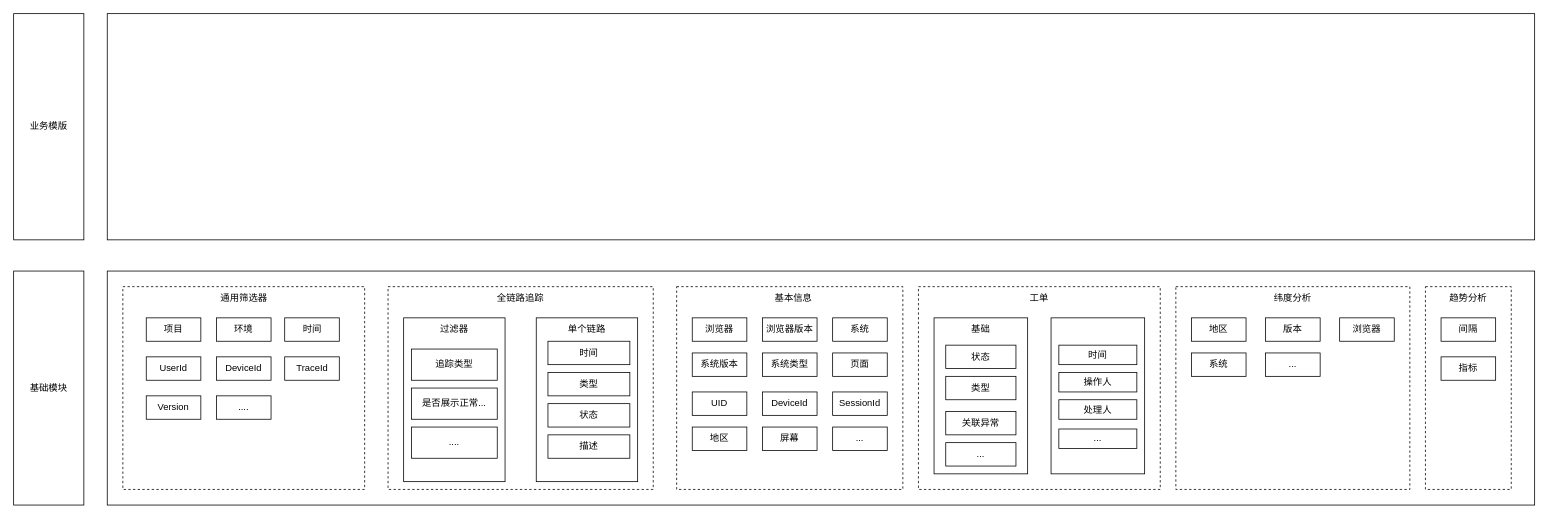
This is worker/大盘可视化.drawio from TNT-Likely/diagrams, a draw.io file, before an edit. Source tidied: cells renumbered, new cells numbered last; positions are measured from the earlier drawing's top-left corner, leaving out a move shared by most shapes. Both pictures are drawn from the tidied source at 78%, with x=0, y=0 at pixel (13, 13).
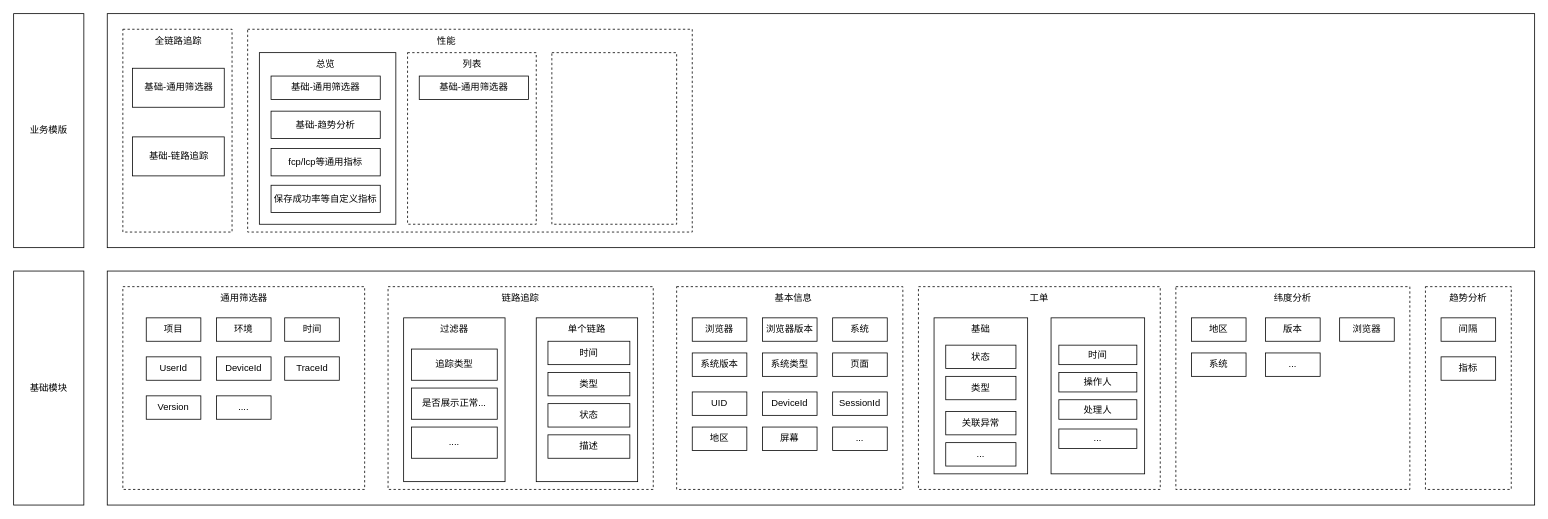
The same page after the edit.

Commit message:
更新大盘可视化.drawio

Change to the diagram source:
```diff
@@
-    <mxCell id="15" value="全链路追踪" style="text;html=1;strokeColor=none;fillColor=none;align=center;verticalAlign=middle;whiteSpace=wrap;rounded=0;" parent="1" vertex="1">
+    <mxCell id="15" value="链路追踪" style="text;html=1;strokeColor=none;fillColor=none;align=center;verticalAlign=middle;whiteSpace=wrap;rounded=0;" parent="1" vertex="1">
       <mxGeometry x="615" y="350" width="70" height="30" as="geometry" />
     </mxCell>
@@
     <mxCell id="67" value="业务模版" style="rounded=0;whiteSpace=wrap;html=1;" parent="1" vertex="1">
-      <mxGeometry width="90" height="290" as="geometry" />
+      <mxGeometry width="90" height="300" as="geometry" />
     </mxCell>
     <mxCell id="68" style="rounded=0;whiteSpace=wrap;html=1;" parent="1" vertex="1">
-      <mxGeometry x="120" width="1830" height="290" as="geometry" />
+      <mxGeometry x="120" width="1830" height="300" as="geometry" />
     </mxCell>
+    <mxCell id="69" style="rounded=0;whiteSpace=wrap;html=1;dashed=1;" parent="1" vertex="1">
+      <mxGeometry x="140" y="20" width="140" height="260" as="geometry" />
+    </mxCell>
+    <mxCell id="70" value="全链路追踪" style="text;html=1;strokeColor=none;fillColor=none;align=center;verticalAlign=middle;whiteSpace=wrap;rounded=0;" parent="1" vertex="1">
+      <mxGeometry x="178.8" y="20" width="65" height="30" as="geometry" />
+    </mxCell>
+    <mxCell id="71" value="基础-通用筛选器" style="rounded=0;whiteSpace=wrap;html=1;" parent="1" vertex="1">
+      <mxGeometry x="152.5" y="70" width="117.5" height="50" as="geometry" />
+    </mxCell>
+    <mxCell id="72" value="基础-链路追踪" style="rounded=0;whiteSpace=wrap;html=1;" parent="1" vertex="1">
+      <mxGeometry x="152.5" y="158" width="117.5" height="50" as="geometry" />
+    </mxCell>
+    <mxCell id="73" style="group;dashed=1;" parent="1" vertex="1">
+      <mxGeometry x="300" y="20" width="570" height="260" as="geometry" />
+    </mxCell>
+    <mxCell id="74" style="rounded=0;whiteSpace=wrap;html=1;dashed=1;" parent="73" vertex="1">
+      <mxGeometry width="570" height="260" as="geometry" />
+    </mxCell>
+    <mxCell id="75" value="性能" style="text;html=1;strokeColor=none;fillColor=none;align=center;verticalAlign=middle;whiteSpace=wrap;rounded=0;" parent="73" vertex="1">
+      <mxGeometry x="225" width="60" height="30" as="geometry" />
+    </mxCell>
+    <mxCell id="76" style="rounded=0;whiteSpace=wrap;html=1;" parent="73" vertex="1">
+      <mxGeometry x="15" y="30" width="175" height="220" as="geometry" />
+    </mxCell>
+    <mxCell id="77" value="总览" style="text;html=1;strokeColor=none;fillColor=none;align=center;verticalAlign=middle;whiteSpace=wrap;rounded=0;" parent="73" vertex="1">
+      <mxGeometry x="70" y="30" width="60" height="30" as="geometry" />
+    </mxCell>
+    <mxCell id="78" value="基础-通用筛选器" style="rounded=0;whiteSpace=wrap;html=1;" parent="73" vertex="1">
+      <mxGeometry x="30" y="60" width="140" height="30" as="geometry" />
+    </mxCell>
+    <mxCell id="79" value="基础-趋势分析" style="rounded=0;whiteSpace=wrap;html=1;" parent="73" vertex="1">
+      <mxGeometry x="30" y="105" width="140" height="35" as="geometry" />
+    </mxCell>
+    <mxCell id="80" value="fcp/lcp等通用指标" style="rounded=0;whiteSpace=wrap;html=1;" parent="73" vertex="1">
+      <mxGeometry x="30" y="153" width="140" height="35" as="geometry" />
+    </mxCell>
+    <mxCell id="81" value="保存成功率等自定义指标" style="rounded=0;whiteSpace=wrap;html=1;" parent="73" vertex="1">
+      <mxGeometry x="30" y="200" width="140" height="35" as="geometry" />
+    </mxCell>
+    <mxCell id="82" style="rounded=0;whiteSpace=wrap;html=1;dashed=1;" parent="73" vertex="1">
+      <mxGeometry x="205" y="30" width="165" height="220" as="geometry" />
+    </mxCell>
+    <mxCell id="83" value="列表" style="text;html=1;strokeColor=none;fillColor=none;align=center;verticalAlign=middle;whiteSpace=wrap;rounded=0;" parent="73" vertex="1">
+      <mxGeometry x="257.5" y="30" width="60" height="30" as="geometry" />
+    </mxCell>
+    <mxCell id="84" value="基础-通用筛选器" style="rounded=0;whiteSpace=wrap;html=1;" parent="73" vertex="1">
+      <mxGeometry x="220" y="60" width="140" height="30" as="geometry" />
+    </mxCell>
+    <mxCell id="85" style="rounded=0;whiteSpace=wrap;html=1;dashed=1;" parent="73" vertex="1">
+      <mxGeometry x="390" y="30" width="160" height="220" as="geometry" />
+    </mxCell>
```
